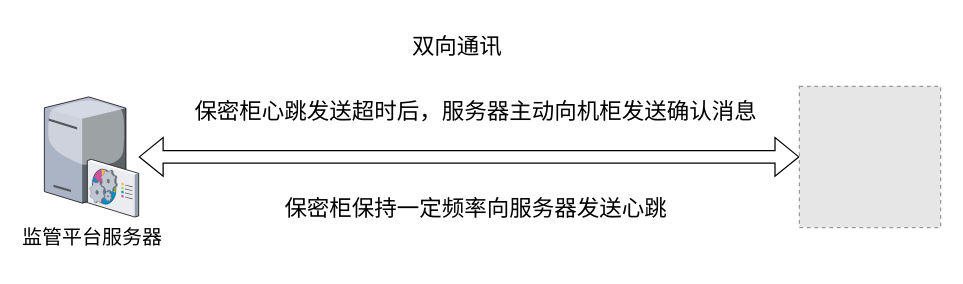
Earlier version of the draw.io diagram 江苏省局项目通讯机制图.drawio (captain188/draw.io). Source tidied: cells renumbered, new cells numbered last; positions are measured from the earlier drawing's top-left corner, leaving out a move shared by most shapes. Both pictures are drawn from the tidied source at 125%, with x=0, y=0 at pixel (44, 21). Pictures stored in the file or linked from it are replaced by grey dashed boxes.
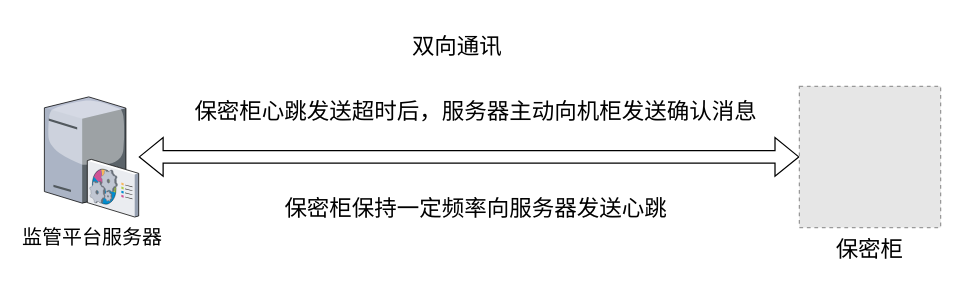
The same page after the edit.

Commit message (it also covers changes not shown here):
更新江苏省局项目通讯机制图.drawio

Diff of the diagram source:
```diff
@@
 <mxGraphModel>
   <root>
     <mxCell id="0" />
     <mxCell id="1" parent="0" />
     <mxCell id="2" style="edgeStyle=orthogonalEdgeStyle;rounded=0;jettySize=auto;html=1;startArrow=classic;startFill=1;shape=flexArrow;" parent="1" edge="1" source="3" target="4">
       <mxGeometry relative="1" as="geometry" />
     </mxCell>
     <mxCell id="3" value="监管平台服务器" style="verticalLabelPosition=bottom;sketch=0;html=1;verticalAlign=top;strokeColor=none;align=center;outlineConnect=0;shape=mxgraph.citrix.command_center;fontSize=16;" parent="1" vertex="1">
       <mxGeometry y="60" width="75.5" height="96" as="geometry" />
     </mxCell>
-    <mxCell id="4" style="fillColor=#E6E6E6;strokeColor=#999999;dashed=1;verticalLabelPosition=bottom;verticalAlign=top;" parent="1" vertex="1">
+    <mxCell id="4" value="保密柜" style="fillColor=#E6E6E6;strokeColor=#999999;dashed=1;verticalLabelPosition=bottom;verticalAlign=top;fontSize=18;" parent="1" vertex="1">
       <mxGeometry x="604" y="51.5" width="113" height="113" as="geometry" />
     </mxCell>
     <mxCell id="5" value="双向通讯" style="text;html=1;align=center;verticalAlign=middle;strokeColor=none;fillColor=none;fontSize=18;" parent="1" vertex="1">
       <mxGeometry x="280" width="100" height="40" as="geometry" />
     </mxCell>
     <mxCell id="6" value="保密柜心跳发送超时后，服务器主动向机柜发送确认消息" style="text;html=1;align=center;verticalAlign=middle;strokeColor=none;fillColor=none;fontSize=18;" parent="1" vertex="1">
       <mxGeometry x="110" y="51.5" width="470" height="40" as="geometry" />
     </mxCell>
     <mxCell id="7" value="保密柜保持一定频率向服务器发送心跳" style="text;html=1;align=center;verticalAlign=middle;strokeColor=none;fillColor=none;fontSize=18;" parent="1" vertex="1">
       <mxGeometry x="180" y="130" width="330" height="40" as="geometry" />
     </mxCell>
   </root>
 </mxGraphModel>
```
